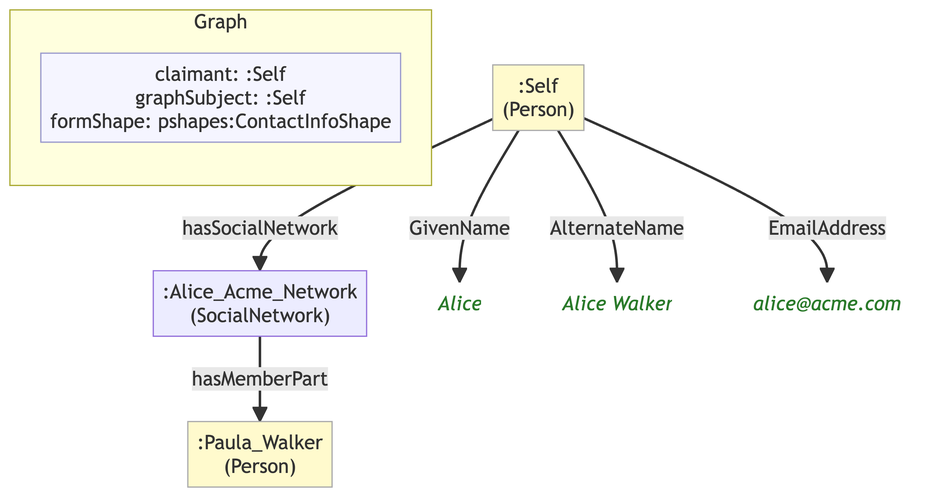
Before: example/graphs/images/graph-20.png, a diagram exported from Mermaid (MeeFoundation/mia-ontologies). Its source is kept beside it as example/graphs/images/graph-20.mmd.
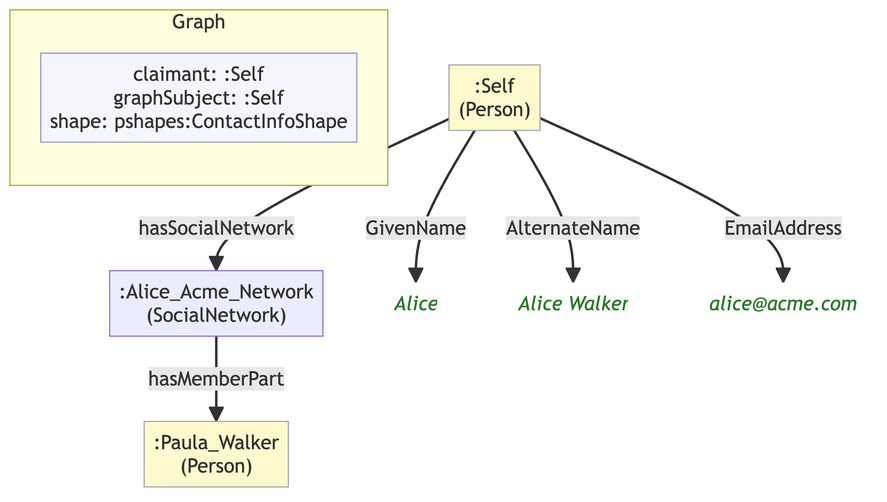
After the commit.

Change to the diagram source:
```diff
@@ -7,18 +7,18 @@
 
     subgraph ctx["Graph"]
         direction LR
-        ctx_meta["claimant: :Self\ngraphSubject: :Self\nformShape: pshapes:ContactInfoShape"]:::meta
+        ctx_meta["claimant: :Self\ngraphSubject: :Self\nshape: pshapes:ContactInfoShape"]:::meta
     end
 
     n614c8153a57c[":Alice_Acme_Network\n(SocialNetwork)"]
     n679aafec7a4b[":Paula_Walker\n(Person)"]:::person
     n655e442e50be[":Self\n(Person)"]:::person
-    n14275a890944("Alice"):::lit
-    n39ef37c3927d("Alice Walker"):::lit
-    nf9fa1e485f88("alice@acme.com"):::lit
+    n15710e577dce("Alice"):::lit
+    n1758874e84a6("Alice Walker"):::lit
+    n6fb87a25df92("alice@acme.com"):::lit
 
     n614c8153a57c -->|"hasMemberPart"| n679aafec7a4b
-    n655e442e50be -->|"GivenName"| n14275a890944
-    n655e442e50be -->|"AlternateName"| n39ef37c3927d
-    n655e442e50be -->|"EmailAddress"| nf9fa1e485f88
+    n655e442e50be -->|"GivenName"| n15710e577dce
+    n655e442e50be -->|"AlternateName"| n1758874e84a6
+    n655e442e50be -->|"EmailAddress"| n6fb87a25df92
     n655e442e50be -->|"hasSocialNetwork"| n614c8153a57c
```
